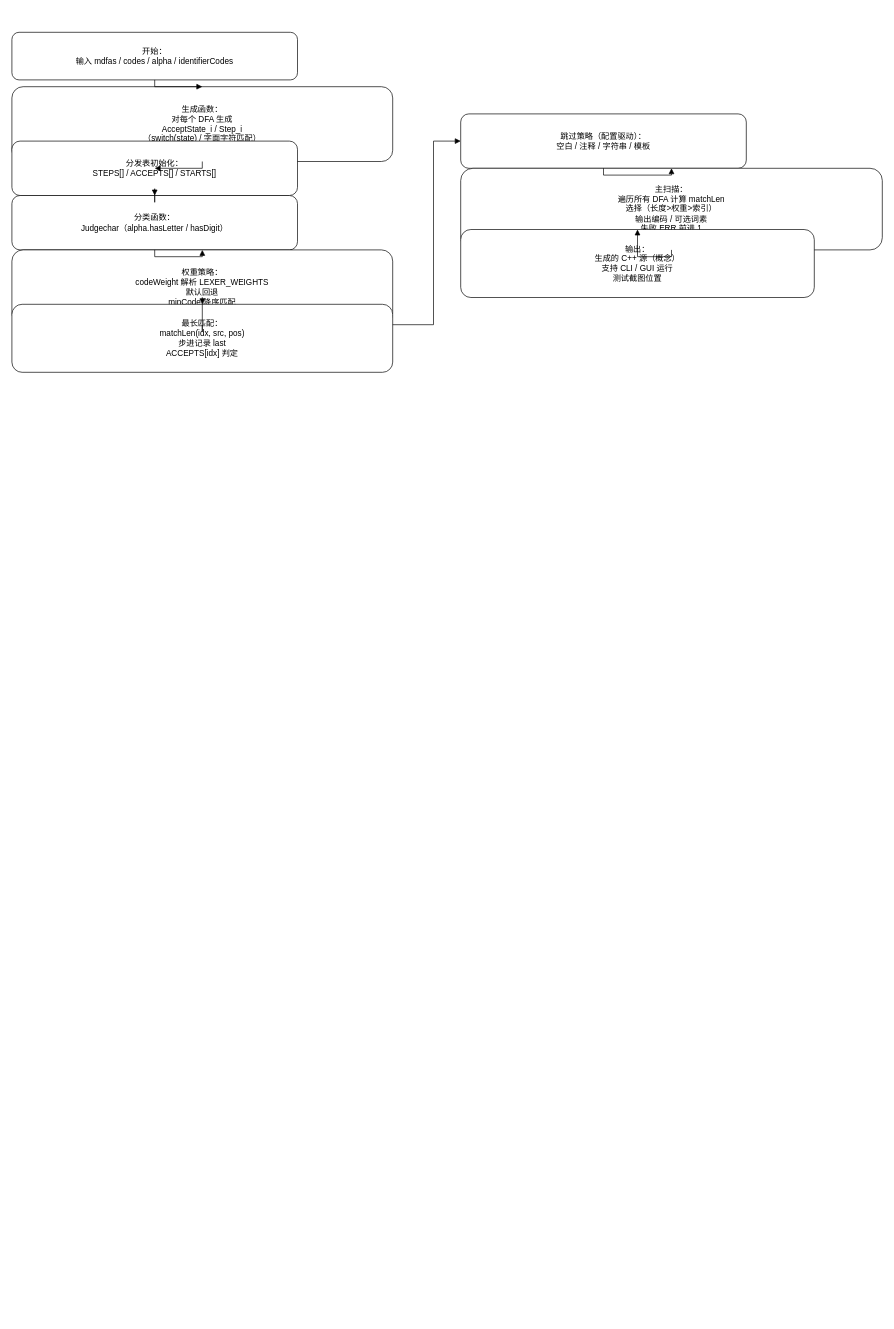
This is docs/exp_docs/exp1/pic/06_CodeGenerator_算法实现逻辑图.drawio from LZStarV/byyl_course_1, a draw.io file, before an edit. Source tidied: cells renumbered, new cells numbered last; positions are measured from the earlier drawing's top-left corner, leaving out a move shared by most shapes. Both pictures are drawn from the tidied source at 68%, with x=0, y=0 at pixel (12, 32).
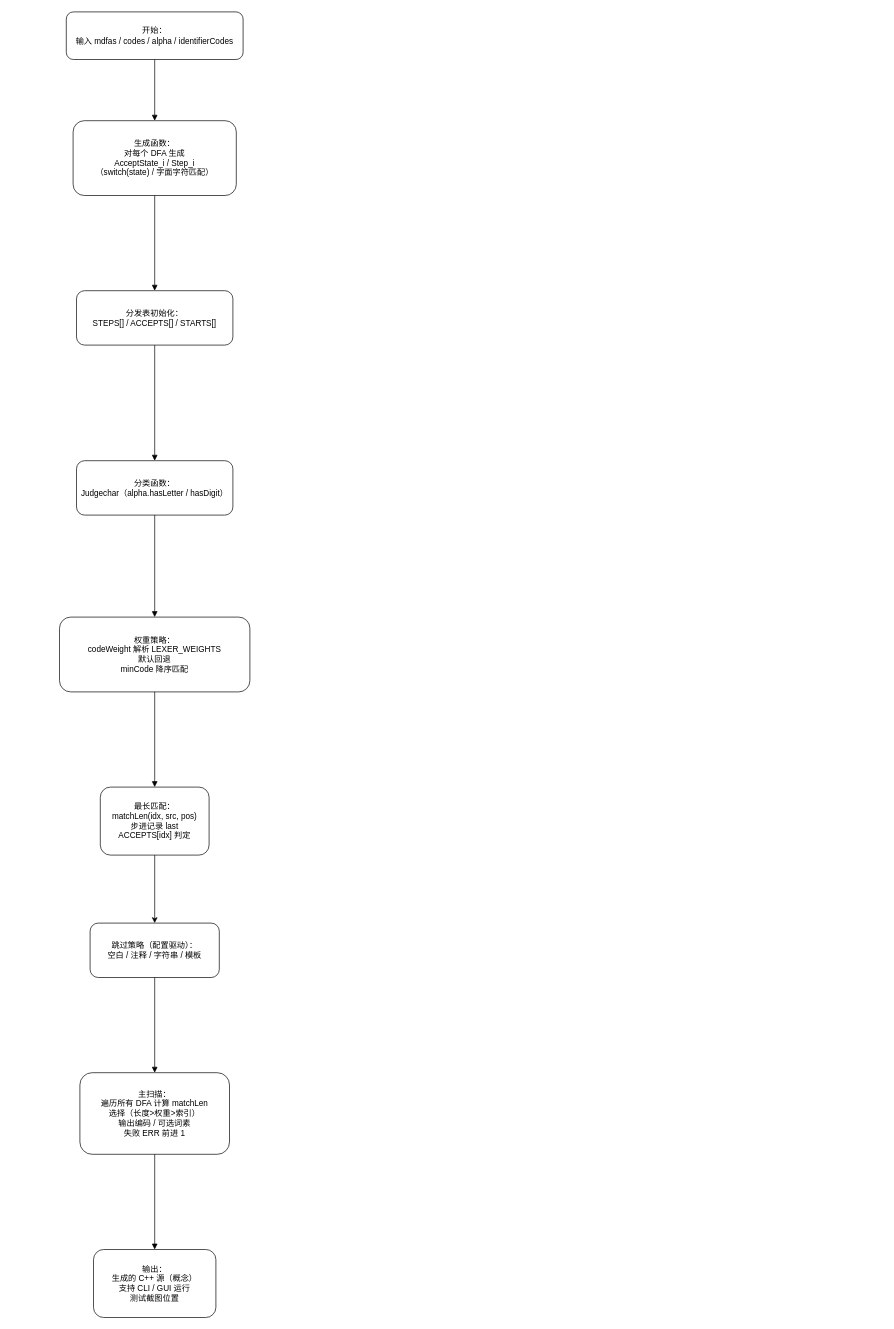
Above is the later version.

What changed in the source:
```diff
@@
     <mxCell id="2" value="开始：&#10;输入 mdfas / codes / alpha / identifierCodes" style="rounded=1;whiteSpace=wrap;html=1;" parent="1" vertex="1">
-      <mxGeometry width="420" height="70" as="geometry" />
+      <mxGeometry x="80" y="-30" width="260" height="70" as="geometry" />
     </mxCell>
     <mxCell id="3" value="生成函数：&#10;对每个 DFA 生成&#10;AcceptState_i / Step_i&#10;（switch(state) / 字面字符匹配）" style="rounded=1;whiteSpace=wrap;html=1;" parent="1" vertex="1">
-      <mxGeometry y="80" width="560" height="110" as="geometry" />
+      <mxGeometry x="90" y="130" width="240" height="110" as="geometry" />
     </mxCell>
     <mxCell id="4" value="分发表初始化：&#10;STEPS[] / ACCEPTS[] / STARTS[]" style="rounded=1;whiteSpace=wrap;html=1;" parent="1" vertex="1">
-      <mxGeometry y="160" width="420" height="80" as="geometry" />
+      <mxGeometry x="95" y="380" width="230" height="80" as="geometry" />
     </mxCell>
     <mxCell id="5" value="分类函数：&#10;Judgechar（alpha.hasLetter / hasDigit）" style="rounded=1;whiteSpace=wrap;html=1;" parent="1" vertex="1">
-      <mxGeometry y="240" width="420" height="80" as="geometry" />
+      <mxGeometry x="95" y="630" width="230" height="80" as="geometry" />
     </mxCell>
     <mxCell id="6" value="权重策略：&#10;codeWeight 解析 LEXER_WEIGHTS&#10;默认回退&#10;minCode 降序匹配" style="rounded=1;whiteSpace=wrap;html=1;" parent="1" vertex="1">
-      <mxGeometry y="320" width="560" height="110" as="geometry" />
+      <mxGeometry x="70" y="860" width="280" height="110" as="geometry" />
     </mxCell>
+    <mxCell id="16" style="edgeStyle=none;html=1;" parent="1" edge="1" source="7" target="8">
+      <mxGeometry relative="1" as="geometry" />
+    </mxCell>
     <mxCell id="7" value="最长匹配：&#10;matchLen(idx, src, pos)&#10;步进记录 last&#10;ACCEPTS[idx] 判定" style="rounded=1;whiteSpace=wrap;html=1;" parent="1" vertex="1">
-      <mxGeometry y="400" width="560" height="100" as="geometry" />
+      <mxGeometry x="130" y="1110" width="160" height="100" as="geometry" />
     </mxCell>
     <mxCell id="8" value="跳过策略（配置驱动）：&#10;空白 / 注释 / 字符串 / 模板" style="rounded=1;whiteSpace=wrap;html=1;" parent="1" vertex="1">
-      <mxGeometry x="660" y="120" width="420" height="80" as="geometry" />
+      <mxGeometry x="115" y="1310" width="190" height="80" as="geometry" />
     </mxCell>
     <mxCell id="9" value="主扫描：&#10;遍历所有 DFA 计算 matchLen&#10;选择（长度&gt;权重&gt;索引）&#10;输出编码 / 可选词素&#10;失败 ERR 前进 1" style="rounded=1;whiteSpace=wrap;html=1;" parent="1" vertex="1">
-      <mxGeometry x="660" y="200" width="620" height="120" as="geometry" />
+      <mxGeometry x="100" y="1530" width="220" height="120" as="geometry" />
     </mxCell>
     <mxCell id="10" value="输出：&#10;生成的 C++ 源（概念）&#10;支持 CLI / GUI 运行&#10;测试截图位置" style="rounded=1;whiteSpace=wrap;html=1;" parent="1" vertex="1">
-      <mxGeometry x="660" y="290" width="520" height="100" as="geometry" />
+      <mxGeometry x="120" y="1790" width="180" height="100" as="geometry" />
     </mxCell>
@@
-    <mxCell id="14" style="edgeStyle=orthogonalEdgeStyle;rounded=0;html=1;endArrow=block;endFill=1;" parent="1" edge="1" source="5" target="6">
+    <mxCell id="14" style="edgeStyle=orthogonalEdgeStyle;rounded=0;html=1;endArrow=block;endFill=1;entryX=0.5;entryY=0;entryDx=0;entryDy=0;" parent="1" edge="1" source="5" target="6">
       <mxGeometry relative="1" as="geometry" />
     </mxCell>
-    <mxCell id="15" style="edgeStyle=orthogonalEdgeStyle;rounded=0;html=1;endArrow=block;endFill=1;" parent="1" edge="1" source="6" target="7">
+    <mxCell id="15" style="edgeStyle=orthogonalEdgeStyle;rounded=0;html=1;endArrow=block;endFill=1;entryX=0.5;entryY=0;entryDx=0;entryDy=0;" parent="1" edge="1" source="6" target="7">
       <mxGeometry relative="1" as="geometry" />
     </mxCell>
-    <mxCell id="16" style="edgeStyle=orthogonalEdgeStyle;rounded=0;html=1;endArrow=block;endFill=1;" parent="1" edge="1" source="7" target="8">
-      <mxGeometry relative="1" as="geometry">
-        <Array as="points">
-          <mxPoint x="620" y="430" />
-        </Array>
-      </mxGeometry>
-    </mxCell>
```
